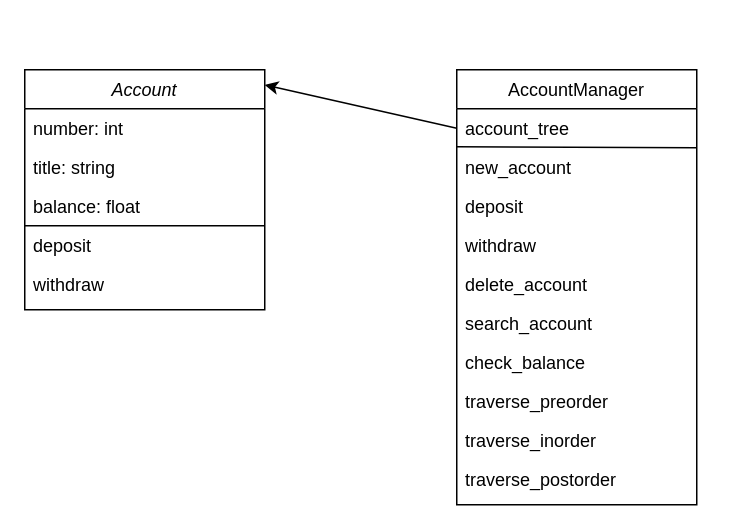
cyandizy/DSA1002 keeps this draw.io diagram as Final/UML.drawio. Above is the earlier version. Source tidied: cells renumbered, new cells numbered last; positions are measured from the earlier drawing's top-left corner, leaving out a move shared by most shapes. Both pictures are drawn from the tidied source at 150%, with x=0, y=0 at pixel (24, 69).
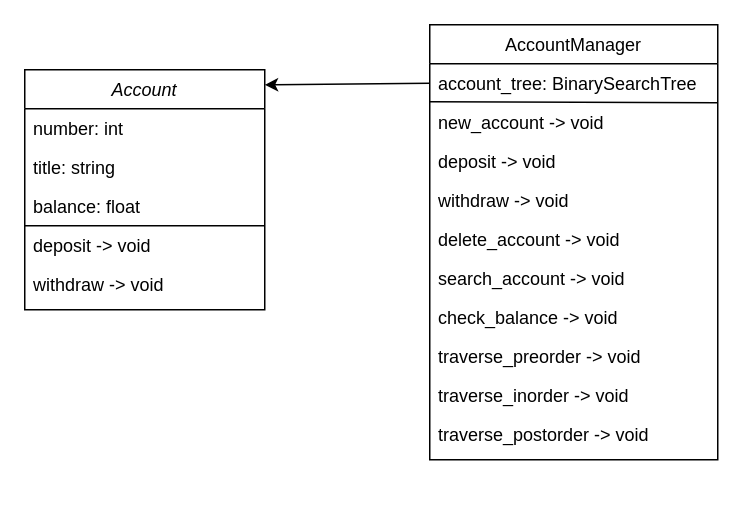
Above is the later version.

Commit message (it also covers changes not shown here):
Update: UML diagram

The change refers to these unchanged cells:
```xml
<mxCell id="2" value="Account" style="swimlane;fontStyle=2;align=center;verticalAlign=top;horizontal=1;startSize=26;rounded=0;shadow=0;strokeWidth=1;" parent="1" vertex="1">
  <mxGeometry width="160" height="160" as="geometry" />
</mxCell>
```

What changed in the source:
```diff
@@
-    <mxCell id="7" value="deposit" style="text;align=left;verticalAlign=top;spacingLeft=4;spacingRight=4;overflow=hidden;rounded=0;shadow=0;html=0;" parent="2" vertex="1">
+    <mxCell id="7" value="deposit -&gt; void" style="text;align=left;verticalAlign=top;spacingLeft=4;spacingRight=4;overflow=hidden;rounded=0;shadow=0;html=0;" parent="2" vertex="1">
       <mxGeometry y="104" width="160" height="26" as="geometry" />
     </mxCell>
-    <mxCell id="8" value="withdraw" style="text;align=left;verticalAlign=top;spacingLeft=4;spacingRight=4;overflow=hidden;rounded=0;shadow=0;html=0;" parent="2" vertex="1">
+    <mxCell id="8" value="withdraw -&gt; void" style="text;align=left;verticalAlign=top;spacingLeft=4;spacingRight=4;overflow=hidden;rounded=0;shadow=0;html=0;" parent="2" vertex="1">
       <mxGeometry y="130" width="160" height="26" as="geometry" />
     </mxCell>
     <mxCell id="9" value="AccountManager" style="swimlane;fontStyle=0;align=center;verticalAlign=top;horizontal=1;startSize=26;rounded=0;shadow=0;strokeWidth=1;" parent="1" vertex="1">
-      <mxGeometry x="288" width="160" height="290" as="geometry" />
+      <mxGeometry x="270" y="-30" width="192" height="290" as="geometry" />
     </mxCell>
-    <mxCell id="10" value="account_tree" style="text;align=left;verticalAlign=top;spacingLeft=4;spacingRight=4;overflow=hidden;points=[[0,0.5],[1,0.5]];portConstraint=eastwest;rounded=0;shadow=0;html=0;" parent="9" vertex="1">
-      <mxGeometry y="26" width="160" height="26" as="geometry" />
+    <mxCell id="10" value="account_tree: BinarySearchTree" style="text;align=left;verticalAlign=top;spacingLeft=4;spacingRight=4;overflow=hidden;points=[[0,0.5],[1,0.5]];portConstraint=eastwest;rounded=0;shadow=0;html=0;" parent="9" vertex="1">
+      <mxGeometry y="26" width="192" height="26" as="geometry" />
     </mxCell>
@@
-    <mxCell id="12" value="new_account " style="text;align=left;verticalAlign=top;spacingLeft=4;spacingRight=4;overflow=hidden;points=[[0,0.5],[1,0.5]];portConstraint=eastwest;" parent="9" vertex="1">
-      <mxGeometry y="52" width="160" height="26" as="geometry" />
+    <mxCell id="12" value="new_account -&gt; void" style="text;align=left;verticalAlign=top;spacingLeft=4;spacingRight=4;overflow=hidden;points=[[0,0.5],[1,0.5]];portConstraint=eastwest;" parent="9" vertex="1">
+      <mxGeometry y="52" width="192" height="26" as="geometry" />
     </mxCell>
-    <mxCell id="13" value="deposit" style="text;align=left;verticalAlign=top;spacingLeft=4;spacingRight=4;overflow=hidden;rounded=0;shadow=0;html=0;" parent="9" vertex="1">
-      <mxGeometry y="78" width="160" height="26" as="geometry" />
+    <mxCell id="13" value="deposit -&gt; void" style="text;align=left;verticalAlign=top;spacingLeft=4;spacingRight=4;overflow=hidden;rounded=0;shadow=0;html=0;" parent="9" vertex="1">
+      <mxGeometry y="78" width="192" height="26" as="geometry" />
     </mxCell>
-    <mxCell id="14" value="withdraw" style="text;align=left;verticalAlign=top;spacingLeft=4;spacingRight=4;overflow=hidden;rounded=0;shadow=0;html=0;" parent="9" vertex="1">
-      <mxGeometry y="104" width="160" height="26" as="geometry" />
+    <mxCell id="14" value="withdraw -&gt; void" style="text;align=left;verticalAlign=top;spacingLeft=4;spacingRight=4;overflow=hidden;rounded=0;shadow=0;html=0;" parent="9" vertex="1">
+      <mxGeometry y="104" width="192" height="26" as="geometry" />
     </mxCell>
-    <mxCell id="15" value="delete_account" style="text;align=left;verticalAlign=top;spacingLeft=4;spacingRight=4;overflow=hidden;rounded=0;shadow=0;html=0;" parent="9" vertex="1">
-      <mxGeometry y="130" width="160" height="26" as="geometry" />
+    <mxCell id="15" value="delete_account -&gt; void" style="text;align=left;verticalAlign=top;spacingLeft=4;spacingRight=4;overflow=hidden;rounded=0;shadow=0;html=0;" parent="9" vertex="1">
+      <mxGeometry y="130" width="192" height="26" as="geometry" />
     </mxCell>
-    <mxCell id="16" value="search_account" style="text;align=left;verticalAlign=top;spacingLeft=4;spacingRight=4;overflow=hidden;rounded=0;shadow=0;html=0;" parent="9" vertex="1">
-      <mxGeometry y="156" width="160" height="26" as="geometry" />
+    <mxCell id="16" value="search_account -&gt; void" style="text;align=left;verticalAlign=top;spacingLeft=4;spacingRight=4;overflow=hidden;rounded=0;shadow=0;html=0;" parent="9" vertex="1">
+      <mxGeometry y="156" width="192" height="26" as="geometry" />
     </mxCell>
-    <mxCell id="17" value="check_balance" style="text;align=left;verticalAlign=top;spacingLeft=4;spacingRight=4;overflow=hidden;rounded=0;shadow=0;html=0;" parent="9" vertex="1">
-      <mxGeometry y="182" width="160" height="26" as="geometry" />
+    <mxCell id="17" value="check_balance -&gt; void" style="text;align=left;verticalAlign=top;spacingLeft=4;spacingRight=4;overflow=hidden;rounded=0;shadow=0;html=0;" parent="9" vertex="1">
+      <mxGeometry y="182" width="192" height="26" as="geometry" />
     </mxCell>
-    <mxCell id="18" value="traverse_preorder" style="text;align=left;verticalAlign=top;spacingLeft=4;spacingRight=4;overflow=hidden;rounded=0;shadow=0;html=0;" parent="9" vertex="1">
-      <mxGeometry y="208" width="160" height="26" as="geometry" />
+    <mxCell id="18" value="traverse_preorder -&gt; void" style="text;align=left;verticalAlign=top;spacingLeft=4;spacingRight=4;overflow=hidden;rounded=0;shadow=0;html=0;" parent="9" vertex="1">
+      <mxGeometry y="208" width="192" height="26" as="geometry" />
     </mxCell>
-    <mxCell id="19" value="traverse_inorder" style="text;align=left;verticalAlign=top;spacingLeft=4;spacingRight=4;overflow=hidden;rounded=0;shadow=0;html=0;" parent="9" vertex="1">
-      <mxGeometry y="234" width="160" height="26" as="geometry" />
+    <mxCell id="19" value="traverse_inorder -&gt; void" style="text;align=left;verticalAlign=top;spacingLeft=4;spacingRight=4;overflow=hidden;rounded=0;shadow=0;html=0;" parent="9" vertex="1">
+      <mxGeometry y="234" width="192" height="26" as="geometry" />
     </mxCell>
-    <mxCell id="20" value="traverse_postorder" style="text;align=left;verticalAlign=top;spacingLeft=4;spacingRight=4;overflow=hidden;rounded=0;shadow=0;html=0;" parent="9" vertex="1">
-      <mxGeometry y="260" width="160" height="26" as="geometry" />
+    <mxCell id="20" value="traverse_postorder -&gt; void" style="text;align=left;verticalAlign=top;spacingLeft=4;spacingRight=4;overflow=hidden;rounded=0;shadow=0;html=0;" parent="9" vertex="1">
+      <mxGeometry y="260" width="192" height="26" as="geometry" />
     </mxCell>
```
